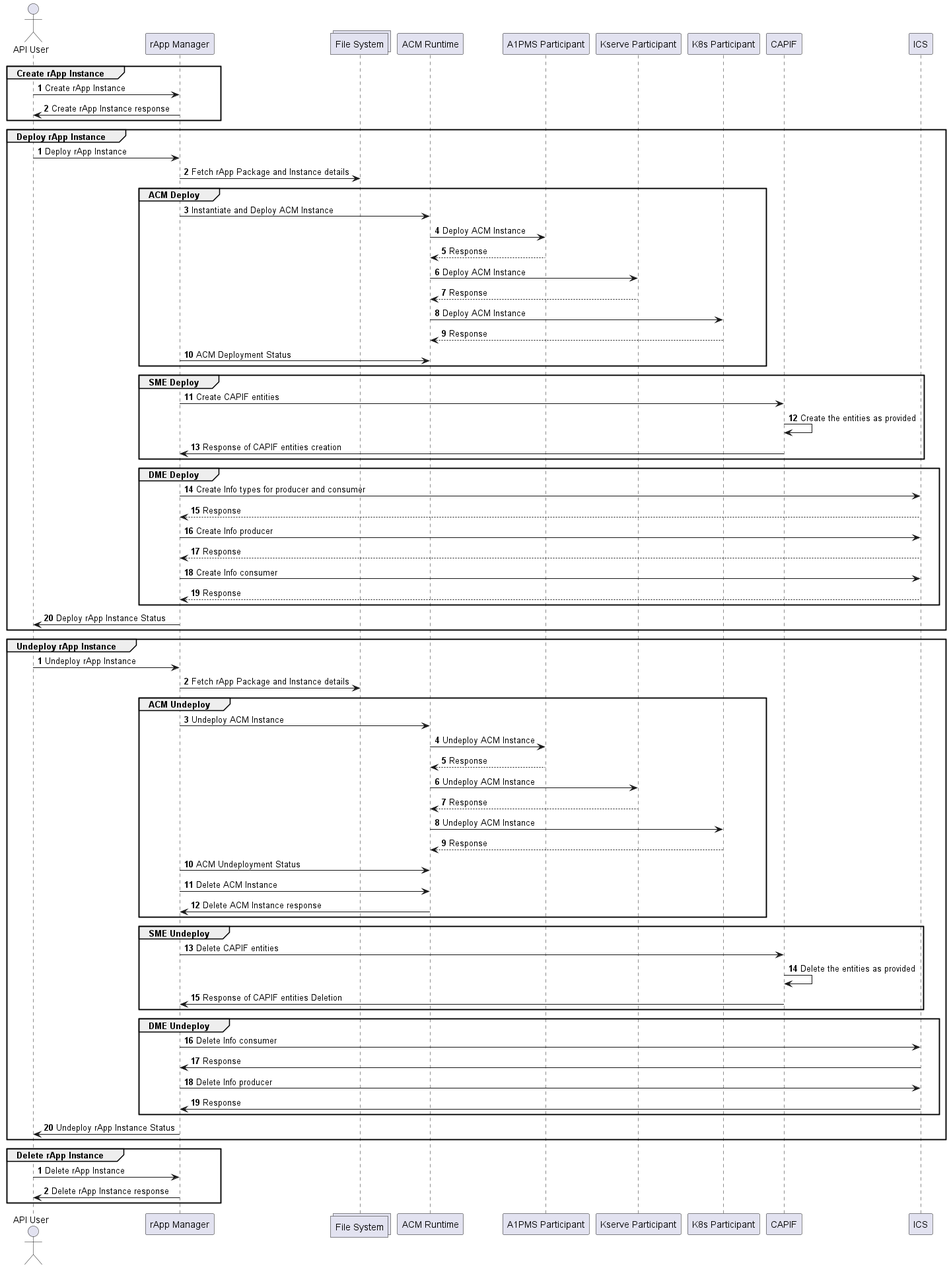
The PlantUML diagram docs/images/rApp-instance-flow.png in o-ran-sc/nonrtric-plt-rappmanager, before a commit.
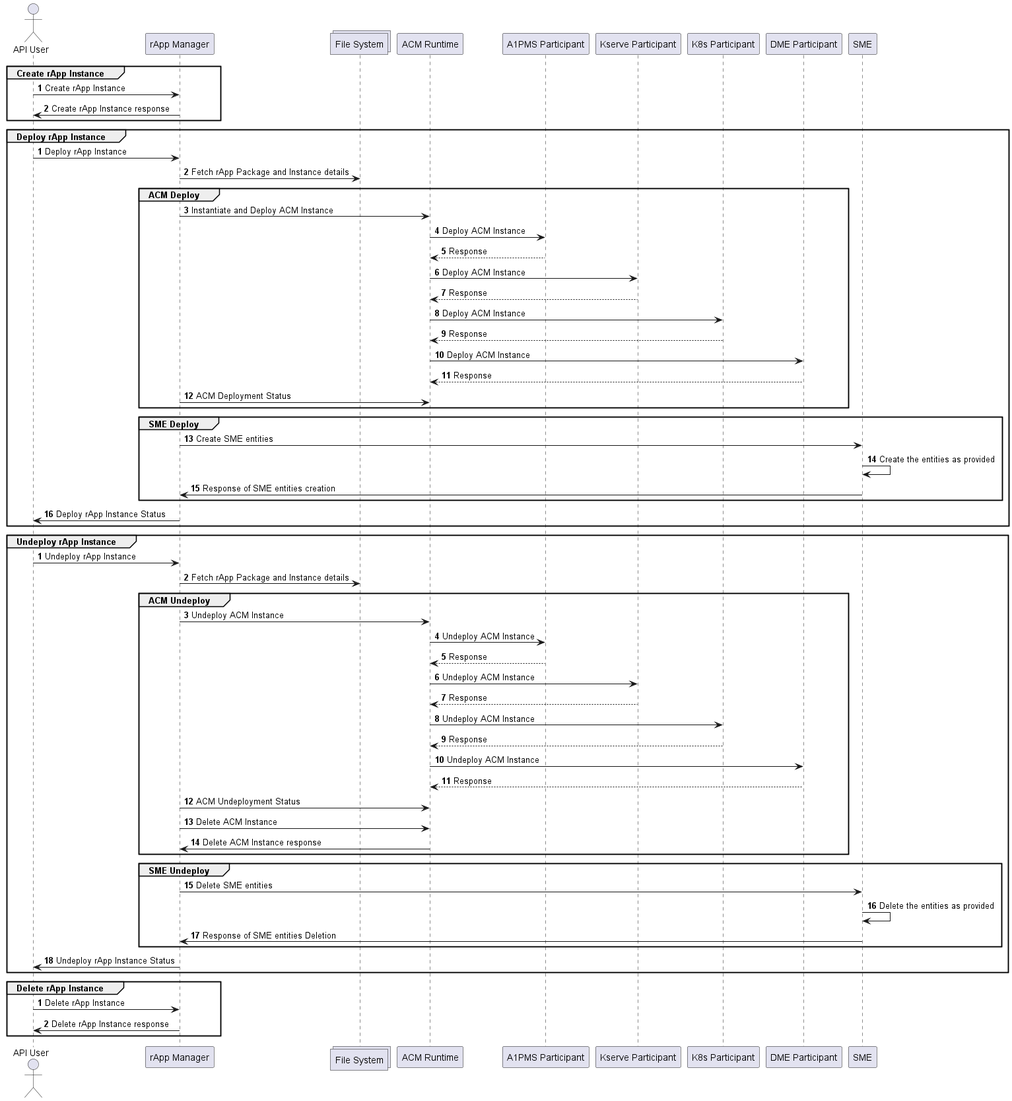
The same file after the commit.

Commit message:
Update flow and architecture images

Change to the diagram source:
```diff
@@ -8,8 +8,8 @@
 participant "A1PMS Participant"
 participant "Kserve Participant"
 participant "K8s Participant"
-participant "CAPIF"
-participant "ICS"
+participant "DME Participant"
+participant "SME"
 
 autonumber
 group Create rApp Instance
@@ -29,21 +29,15 @@
         "ACM Runtime"<--"Kserve Participant": Response
         "ACM Runtime"->"K8s Participant": Deploy ACM Instance
         "ACM Runtime"<--"K8s Participant": Response
+        "ACM Runtime"->"DME Participant": Deploy ACM Instance
+        "ACM Runtime"<--"DME Participant": Response
         "rApp Manager"->"ACM Runtime": ACM Deployment Status
     end
 
     group SME Deploy
-        "rApp Manager"->"CAPIF": Create CAPIF entities
-        "CAPIF"->"CAPIF": Create the entities as provided
-        "rApp Manager"<-"CAPIF": Response of CAPIF entities creation
-    end
-    group DME Deploy
-        "rApp Manager"->"ICS": Create Info types for producer and consumer
-        "rApp Manager"<--"ICS": Response
-        "rApp Manager"->"ICS": Create Info producer
-        "rApp Manager"<--"ICS": Response
-        "rApp Manager"->"ICS": Create Info consumer
-        "rApp Manager"<--"ICS": Response
+        "rApp Manager"->"SME": Create SME entities
+        "SME"->"SME": Create the entities as provided
+        "rApp Manager"<-"SME": Response of SME entities creation
     end
 "API User"<-"rApp Manager": Deploy rApp Instance Status
 end
@@ -60,21 +54,17 @@
         "ACM Runtime"<--"Kserve Participant": Response
         "ACM Runtime"->"K8s Participant": Undeploy ACM Instance
         "ACM Runtime"<--"K8s Participant": Response
+        "ACM Runtime"->"DME Participant": Undeploy ACM Instance
+        "ACM Runtime"<--"DME Participant": Response
         "rApp Manager"->"ACM Runtime": ACM Undeployment Status
         "rApp Manager"->"ACM Runtime": Delete ACM Instance
         "rApp Manager"<-"ACM Runtime": Delete ACM Instance response
     end
 
     group SME Undeploy
-        "rApp Manager"->"CAPIF": Delete CAPIF entities
-        "CAPIF"->"CAPIF": Delete the entities as provided
-        "rApp Manager"<-"CAPIF": Response of CAPIF entities Deletion
-    end
-    group DME Undeploy
-        "rApp Manager"->"ICS": Delete Info consumer
-        "rApp Manager"<-"ICS": Response
-        "rApp Manager"->"ICS": Delete Info producer
-        "rApp Manager"<-"ICS": Response
+        "rApp Manager"->"SME": Delete SME entities
+        "SME"->"SME": Delete the entities as provided
+        "rApp Manager"<-"SME": Response of SME entities Deletion
     end
 "API User"<-"rApp Manager": Undeploy rApp Instance Status
 end
```
